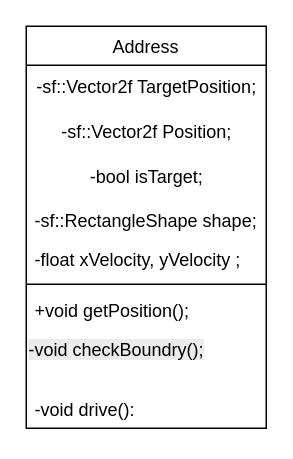
Earlier version of the draw.io diagram Car.drawio (KacKep/city_simulator). Source tidied: cells renumbered, new cells numbered last; positions are measured from the earlier drawing's top-left corner, leaving out a move shared by most shapes. Both pictures are drawn from the tidied source at 150%, with x=0, y=0 at pixel (26, 26).
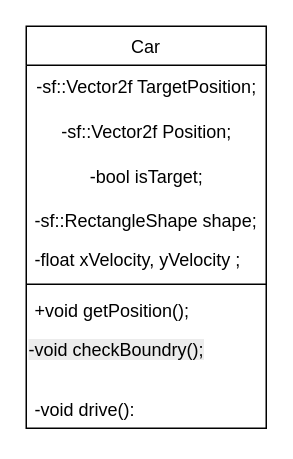
The same diagram, later.

The edit, as a diff of the source:
```diff
@@
 <mxGraphModel>
   <root>
     <mxCell id="0" />
     <mxCell id="1" parent="0" />
-    <mxCell id="2" value="Address" style="swimlane;fontStyle=0;align=center;verticalAlign=top;horizontal=1;startSize=26;rounded=0;shadow=0;strokeWidth=1;" parent="1" vertex="1">
+    <mxCell id="2" value="Car" style="swimlane;fontStyle=0;align=center;verticalAlign=top;horizontal=1;startSize=26;rounded=0;shadow=0;strokeWidth=1;" parent="1" vertex="1">
       <mxGeometry width="160" height="268" as="geometry" />
     </mxCell>
     <mxCell id="3" value="&lt;div&gt;&lt;span style=&quot;white-space-collapse: collapse;&quot;&gt;-sf::Vector2f TargetPosition;&lt;/span&gt;&lt;/div&gt;" style="text;html=1;align=center;verticalAlign=middle;strokeColor=none;fillColor=none;" parent="2" vertex="1">
       <mxGeometry y="26" width="160" height="30" as="geometry" />
     </mxCell>
     <mxCell id="4" value="&lt;div&gt;&lt;span style=&quot;white-space-collapse: collapse;&quot;&gt;-sf::Vector2f Position;&lt;/span&gt;&lt;/div&gt;" style="text;html=1;align=center;verticalAlign=middle;strokeColor=none;fillColor=none;" parent="2" vertex="1">
       <mxGeometry y="56" width="160" height="30" as="geometry" />
     </mxCell>
     <mxCell id="5" value="&lt;div&gt;&lt;span style=&quot;white-space-collapse: collapse;&quot;&gt;-bool isTarget;&lt;/span&gt;&lt;/div&gt;" style="text;html=1;align=center;verticalAlign=middle;strokeColor=none;fillColor=none;" parent="2" vertex="1">
       <mxGeometry y="86" width="160" height="30" as="geometry" />
     </mxCell>
     <mxCell id="6" value="-sf::RectangleShape shape;&#10;" style="text;align=left;verticalAlign=top;spacingLeft=4;spacingRight=4;overflow=hidden;rounded=0;shadow=0;html=0;" parent="2" vertex="1">
       <mxGeometry y="116" width="160" height="26" as="geometry" />
     </mxCell>
     <mxCell id="7" value="-float xVelocity, yVelocity ;&#10;" style="text;align=left;verticalAlign=top;spacingLeft=4;spacingRight=4;overflow=hidden;" parent="2" vertex="1">
       <mxGeometry y="142" width="160" height="26" as="geometry" />
     </mxCell>
     <mxCell id="8" style="line;html=1;strokeWidth=1;align=left;verticalAlign=middle;spacingTop=-1;spacingLeft=3;spacingRight=3;labelPosition=right;" parent="2" vertex="1">
       <mxGeometry y="168" width="160" height="8" as="geometry" />
     </mxCell>
     <mxCell id="9" value="+void getPosition();" style="text;align=left;verticalAlign=top;spacingLeft=4;spacingRight=4;overflow=hidden;" parent="2" vertex="1">
       <mxGeometry y="176" width="160" height="26" as="geometry" />
     </mxCell>
     <mxCell id="10" value="&lt;span style=&quot;color: rgb(0, 0, 0); font-family: Helvetica; font-size: 12px; font-style: normal; font-variant-ligatures: normal; font-variant-caps: normal; font-weight: 400; letter-spacing: normal; orphans: 2; text-align: center; text-indent: 0px; text-transform: none; widows: 2; word-spacing: 0px; -webkit-text-stroke-width: 0px; white-space: nowrap; background-color: rgb(236, 236, 236); text-decoration-thickness: initial; text-decoration-style: initial; text-decoration-color: initial; display: inline !important; float: none;&quot;&gt;-void checkBoundry();&lt;/span&gt;" style="text;whiteSpace=wrap;html=1;" parent="2" vertex="1">
       <mxGeometry y="202" width="160" height="40" as="geometry" />
     </mxCell>
     <mxCell id="11" value="-void drive():" style="text;align=left;verticalAlign=top;spacingLeft=4;spacingRight=4;overflow=hidden;" parent="2" vertex="1">
       <mxGeometry y="242" width="160" height="26" as="geometry" />
     </mxCell>
   </root>
 </mxGraphModel>
```
